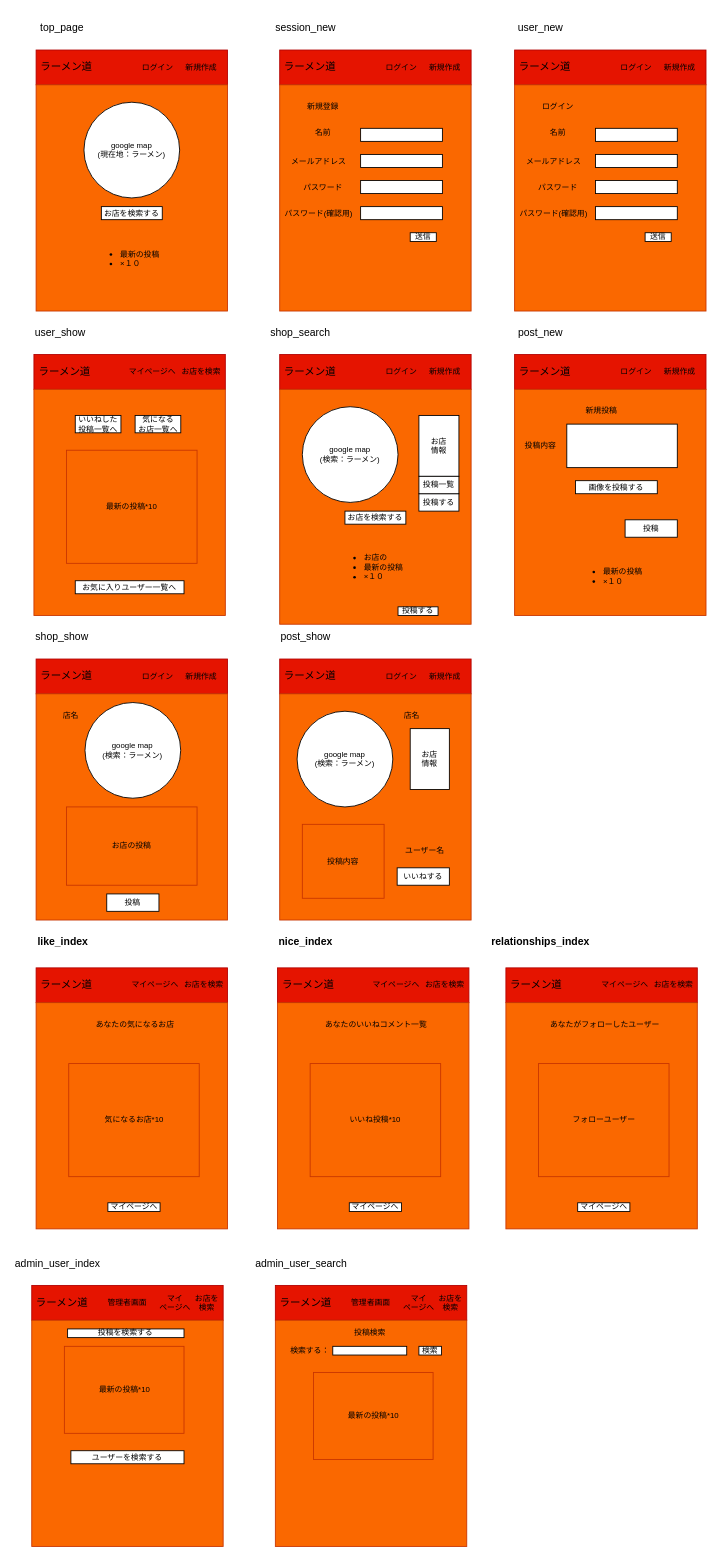
The draw.io diagram ラフ画像.dio in soratanaka/portfolio, before the edit. Source tidied: cells renumbered, new cells numbered last; positions are measured from the earlier drawing's top-left corner, leaving out a move shared by most shapes. Both pictures are drawn from the tidied source at 87%, with x=0, y=0 at pixel (31, 15).
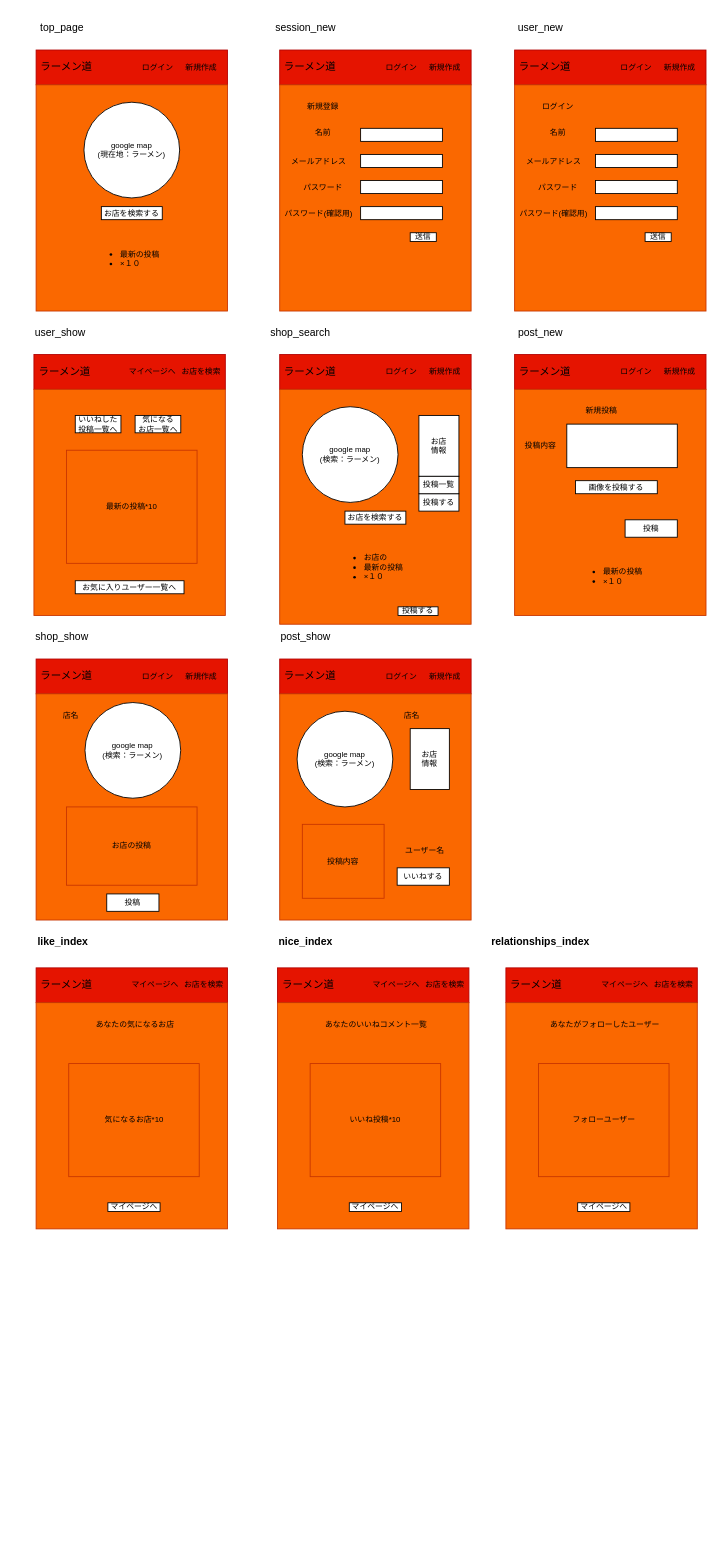
Above is the later version.

Change to the diagram source:
```diff
@@
-    <mxCell id="127" style="rounded=0;whiteSpace=wrap;html=1;fillColor=#e51400;fontColor=#ffffff;strokeColor=#B20000;" parent="1" vertex="1">
-      <mxGeometry y="1460" width="220" height="40" as="geometry" />
-    </mxCell>
-    <mxCell id="128" style="rounded=0;whiteSpace=wrap;html=1;fillColor=#fa6800;fontColor=#000000;strokeColor=#C73500;" parent="1" vertex="1">
-      <mxGeometry y="1500" width="220" height="260" as="geometry" />
-    </mxCell>
-    <mxCell id="129" value="admin_user_index" style="text;html=1;strokeColor=none;fillColor=none;align=center;verticalAlign=middle;whiteSpace=wrap;rounded=0;" parent="1" vertex="1">
-      <mxGeometry y="1420" width="60" height="30" as="geometry" />
-    </mxCell>
-    <mxCell id="130" value="ラーメン道" style="text;html=1;strokeColor=none;fillColor=none;align=center;verticalAlign=middle;whiteSpace=wrap;rounded=0;" parent="1" vertex="1">
-      <mxGeometry y="1465" width="70" height="30" as="geometry" />
-    </mxCell>
-    <mxCell id="131" value="マイ&lt;br&gt;ページへ" style="text;html=1;strokeColor=none;fillColor=none;align=center;verticalAlign=middle;whiteSpace=wrap;rounded=0;fontSize=9;" parent="1" vertex="1">
-      <mxGeometry x="146.2" y="1471.9" width="37.5" height="15.6" as="geometry" />
-    </mxCell>
-    <mxCell id="132" value="お店を検索" style="text;html=1;strokeColor=none;fillColor=none;align=center;verticalAlign=middle;whiteSpace=wrap;rounded=0;fontSize=9;" parent="1" vertex="1">
-      <mxGeometry x="185" y="1472.5" width="32.5" height="15" as="geometry" />
-    </mxCell>
-    <mxCell id="133" value="最新の投稿*10" style="rounded=0;whiteSpace=wrap;html=1;fontSize=9;fillColor=#fa6800;fontColor=#000000;strokeColor=#C73500;" parent="1" vertex="1">
-      <mxGeometry x="37.5" y="1530" width="137.5" height="100" as="geometry" />
-    </mxCell>
-    <mxCell id="134" value="ユーザーを検索する" style="rounded=0;whiteSpace=wrap;html=1;fontSize=9;" parent="1" vertex="1">
-      <mxGeometry x="45" y="1650" width="130" height="15" as="geometry" />
-    </mxCell>
-    <mxCell id="135" value="投稿を検索する" style="rounded=0;whiteSpace=wrap;html=1;fontSize=9;" parent="1" vertex="1">
-      <mxGeometry x="41.2" y="1510" width="133.8" height="10" as="geometry" />
-    </mxCell>
-    <mxCell id="136" value="管理者画面" style="text;html=1;strokeColor=none;fillColor=none;align=center;verticalAlign=middle;whiteSpace=wrap;rounded=0;fontSize=9;" parent="1" vertex="1">
-      <mxGeometry x="81.2" y="1477.8" width="57.5" height="3.8" as="geometry" />
-    </mxCell>
-    <mxCell id="137" style="rounded=0;whiteSpace=wrap;html=1;fillColor=#e51400;fontColor=#ffffff;strokeColor=#B20000;" parent="1" vertex="1">
-      <mxGeometry x="280" y="1460" width="220" height="40" as="geometry" />
-    </mxCell>
-    <mxCell id="138" style="rounded=0;whiteSpace=wrap;html=1;fillColor=#fa6800;fontColor=#000000;strokeColor=#C73500;" parent="1" vertex="1">
-      <mxGeometry x="280" y="1500" width="220" height="260" as="geometry" />
-    </mxCell>
-    <mxCell id="139" value="admin_user_search" style="text;html=1;strokeColor=none;fillColor=none;align=center;verticalAlign=middle;whiteSpace=wrap;rounded=0;" parent="1" vertex="1">
-      <mxGeometry x="280" y="1420" width="60" height="30" as="geometry" />
-    </mxCell>
-    <mxCell id="140" value="ラーメン道" style="text;html=1;strokeColor=none;fillColor=none;align=center;verticalAlign=middle;whiteSpace=wrap;rounded=0;" parent="1" vertex="1">
-      <mxGeometry x="280" y="1465" width="70" height="30" as="geometry" />
-    </mxCell>
-    <mxCell id="141" value="マイ&lt;br&gt;ページへ" style="text;html=1;strokeColor=none;fillColor=none;align=center;verticalAlign=middle;whiteSpace=wrap;rounded=0;fontSize=9;" parent="1" vertex="1">
-      <mxGeometry x="426.2" y="1471.9" width="37.5" height="15.6" as="geometry" />
-    </mxCell>
-    <mxCell id="142" value="お店を検索" style="text;html=1;strokeColor=none;fillColor=none;align=center;verticalAlign=middle;whiteSpace=wrap;rounded=0;fontSize=9;" parent="1" vertex="1">
-      <mxGeometry x="465" y="1472.5" width="32.5" height="15" as="geometry" />
-    </mxCell>
-    <mxCell id="143" value="最新の投稿*10" style="rounded=0;whiteSpace=wrap;html=1;fontSize=9;fillColor=#fa6800;fontColor=#000000;strokeColor=#C73500;" parent="1" vertex="1">
-      <mxGeometry x="323.8" y="1560" width="137.5" height="100" as="geometry" />
-    </mxCell>
-    <mxCell id="144" style="rounded=0;whiteSpace=wrap;html=1;fontSize=9;" parent="1" vertex="1">
-      <mxGeometry x="346" y="1530" width="85" height="10" as="geometry" />
-    </mxCell>
-    <mxCell id="145" value="管理者画面" style="text;html=1;strokeColor=none;fillColor=none;align=center;verticalAlign=middle;whiteSpace=wrap;rounded=0;fontSize=9;" parent="1" vertex="1">
-      <mxGeometry x="361.2" y="1477.8" width="57.5" height="3.8" as="geometry" />
-    </mxCell>
-    <mxCell id="146" value="検索" style="rounded=0;whiteSpace=wrap;html=1;fontSize=9;" parent="1" vertex="1">
-      <mxGeometry x="445" y="1530" width="26" height="10" as="geometry" />
-    </mxCell>
-    <mxCell id="147" value="投稿検索" style="text;html=1;strokeColor=none;fillColor=none;align=center;verticalAlign=middle;whiteSpace=wrap;rounded=0;fontSize=9;" parent="1" vertex="1">
-      <mxGeometry x="358.8" y="1500" width="60" height="30" as="geometry" />
-    </mxCell>
-    <mxCell id="148" value="検索する：" style="text;html=1;strokeColor=none;fillColor=none;align=center;verticalAlign=middle;whiteSpace=wrap;rounded=0;fontSize=9;" parent="1" vertex="1">
-      <mxGeometry x="295" y="1520" width="50" height="30" as="geometry" />
-    </mxCell>
```
